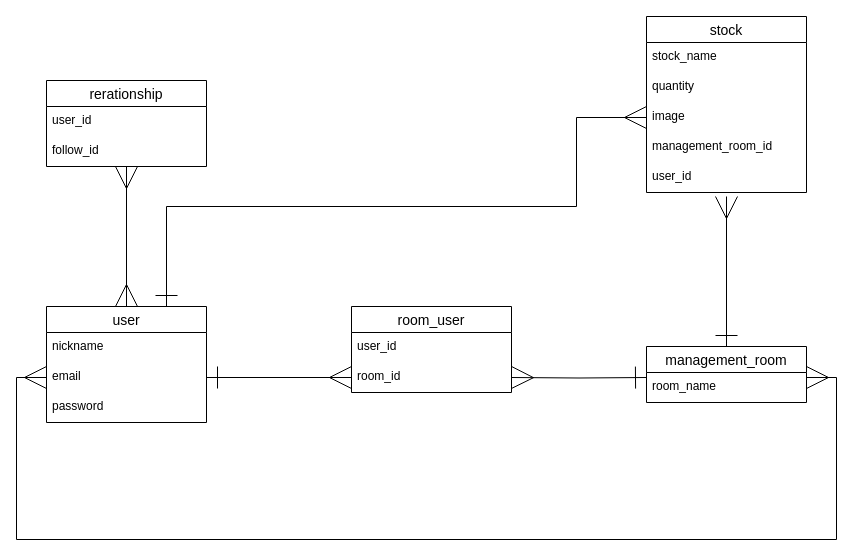
The draw.io diagram ER.dio in shimada0905/stock-manager, before the edit. Source tidied: cells renumbered, new cells numbered last; positions are measured from the earlier drawing's top-left corner, leaving out a move shared by most shapes. Both pictures are drawn from the tidied source at 100%, with x=0, y=0 at pixel (16, 16).
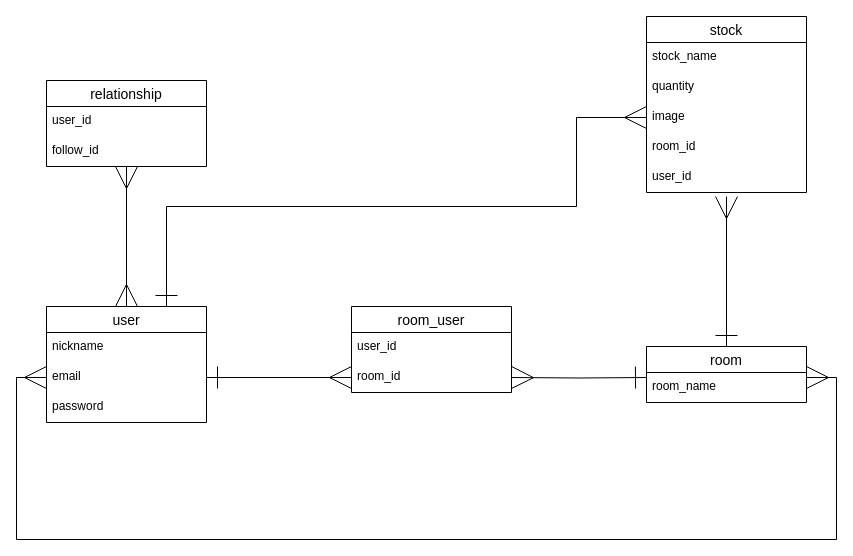
After the change.

Unchanged cells that the change refers to:
```xml
<mxCell id="10" value="stock" style="swimlane;fontStyle=0;horizontal=1;startSize=26;align=center;fontSize=14;" parent="1" vertex="1">
  <mxGeometry x="630" width="160" height="176" as="geometry" />
</mxCell>
```

Change to the diagram source:
```diff
@@
-    <mxCell id="2" value="rerationship" style="swimlane;fontStyle=0;horizontal=1;startSize=26;align=center;fontSize=14;" parent="1" vertex="1">
+    <mxCell id="2" value="relationship" style="swimlane;fontStyle=0;horizontal=1;startSize=26;align=center;fontSize=14;" parent="1" vertex="1">
       <mxGeometry x="30" y="64" width="160" height="86" as="geometry" />
     </mxCell>
@@
-    <mxCell id="14" value="management_room_id" style="text;strokeColor=none;fillColor=none;spacingLeft=4;spacingRight=4;overflow=hidden;fontSize=12;" parent="10" vertex="1">
+    <mxCell id="14" value="room_id" style="text;strokeColor=none;fillColor=none;spacingLeft=4;spacingRight=4;overflow=hidden;fontSize=12;" parent="10" vertex="1">
       <mxGeometry y="116" width="160" height="30" as="geometry" />
     </mxCell>
@@
-    <mxCell id="17" value="management_room" style="swimlane;fontStyle=0;horizontal=1;startSize=26;align=center;fontSize=14;" parent="1" vertex="1">
+    <mxCell id="17" value="room" style="swimlane;fontStyle=0;horizontal=1;startSize=26;align=center;fontSize=14;" parent="1" vertex="1">
       <mxGeometry x="630" y="330" width="160" height="56" as="geometry" />
     </mxCell>
```
